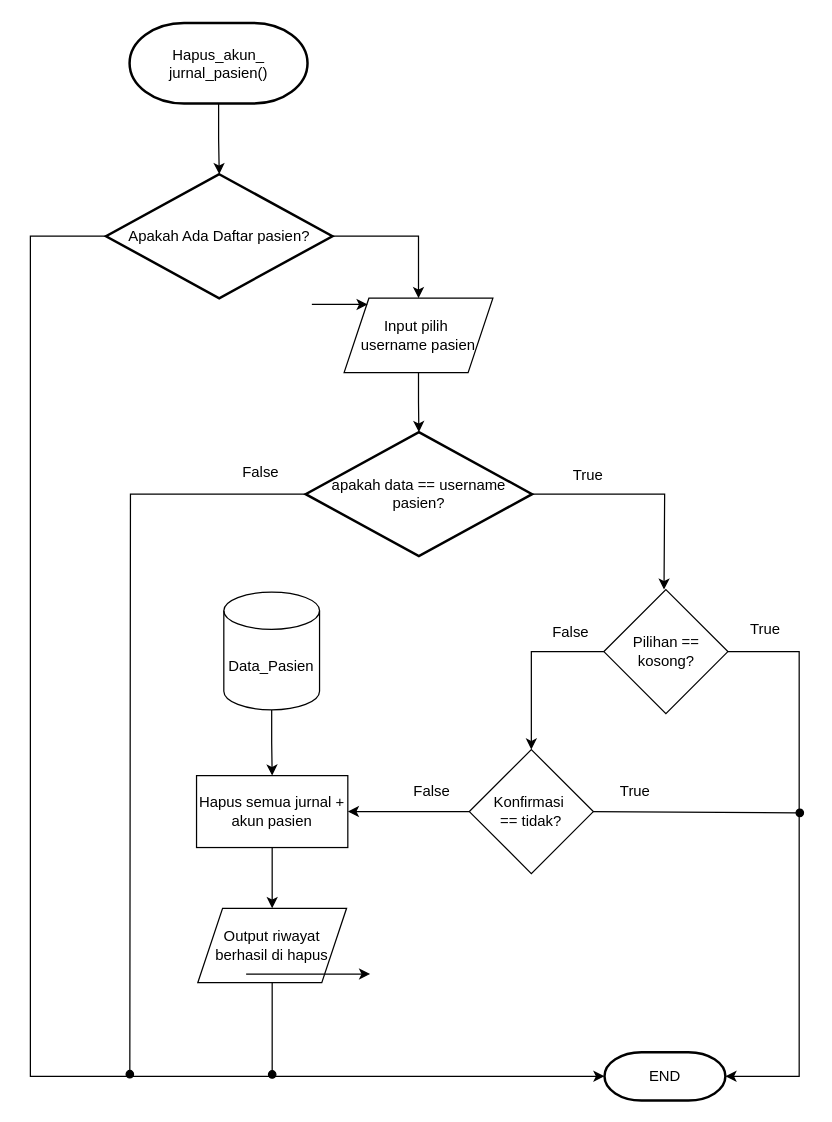
The draw.io diagram page "Hapus_semua_ data_tidur_pasien()" (15 of 16) of flowchart/semuanyadrawio.drawio in mouriiuu/pa-aplikasi-sleep-monitoring, before the edit. Source tidied: cells renumbered, new cells numbered last; positions are measured from the earlier drawing's top-left corner, leaving out a move shared by most shapes. Both pictures are drawn from the tidied source at 124%, with x=0, y=0 at pixel (30, 22).
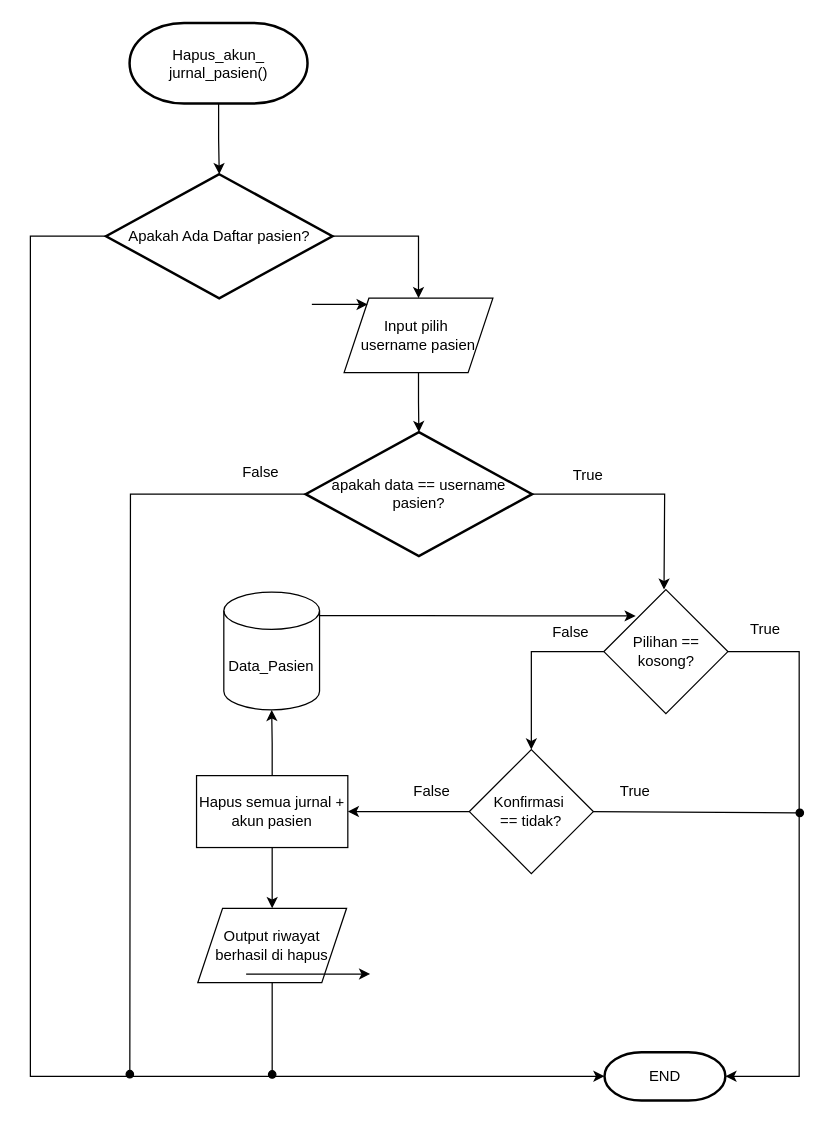
The same page after the edit.

The change refers to these unchanged cells:
```xml
<mxCell id="3" value="Pilihan == kosong?" style="strokeWidth=1;html=1;shape=mxgraph.flowchart.decision;whiteSpace=wrap;" parent="1" vertex="1">
  <mxGeometry x="462.5" y="457" width="100" height="100" as="geometry" />
</mxCell>
<mxCell id="9" value="Hapus semua jurnal + akun pasien" style="rounded=0;whiteSpace=wrap;html=1;" parent="1" vertex="1">
  <mxGeometry x="134" y="607" width="122" height="58" as="geometry" />
</mxCell>
<mxCell id="21" value="Data_Pasien" style="shape=cylinder3;whiteSpace=wrap;html=1;boundedLbl=1;backgroundOutline=1;size=15;" parent="1" vertex="1">
  <mxGeometry x="156" y="459" width="77.2" height="95" as="geometry" />
</mxCell>
```

Diff of the diagram source:
```diff
@@
+    <mxCell id="33" style="edgeStyle=orthogonalEdgeStyle;rounded=0;jettySize=auto;html=1;" parent="1" edge="1" source="9" target="21">
+      <mxGeometry relative="1" as="geometry" />
+    </mxCell>
@@
-    <mxCell id="20" style="edgeStyle=orthogonalEdgeStyle;rounded=0;jettySize=auto;html=1;" parent="1" edge="1" source="21" target="9">
-      <mxGeometry relative="1" as="geometry" />
-    </mxCell>
@@
+    <mxCell id="34" style="edgeStyle=orthogonalEdgeStyle;rounded=0;jettySize=auto;html=1;entryX=0.257;entryY=0.212;entryDx=0;entryDy=0;entryPerimeter=0;" parent="1" edge="1" source="21" target="3">
+      <mxGeometry relative="1" as="geometry">
+        <Array as="points">
+          <mxPoint x="316" y="478" />
+          <mxPoint x="316" y="478" />
+        </Array>
+      </mxGeometry>
+    </mxCell>
```
